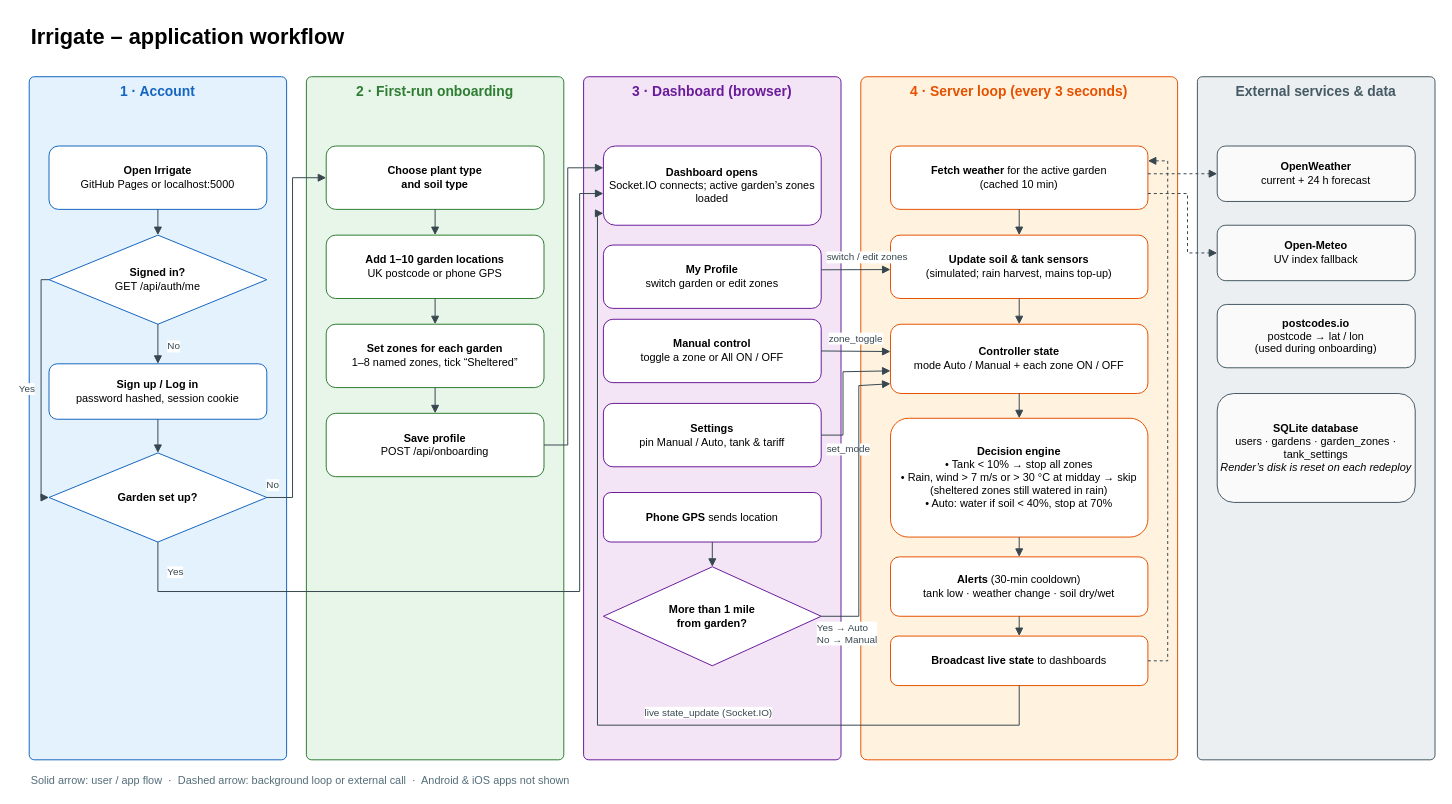
Earlier version of the draw.io diagram workflow.drawio (adarshmalayath/irrigate). Source tidied: cells renumbered, new cells numbered last; positions are measured from the earlier drawing's top-left corner, leaving out a move shared by most shapes. Both pictures are drawn from the tidied source at 99%, with x=0, y=0 at pixel (17, 17).
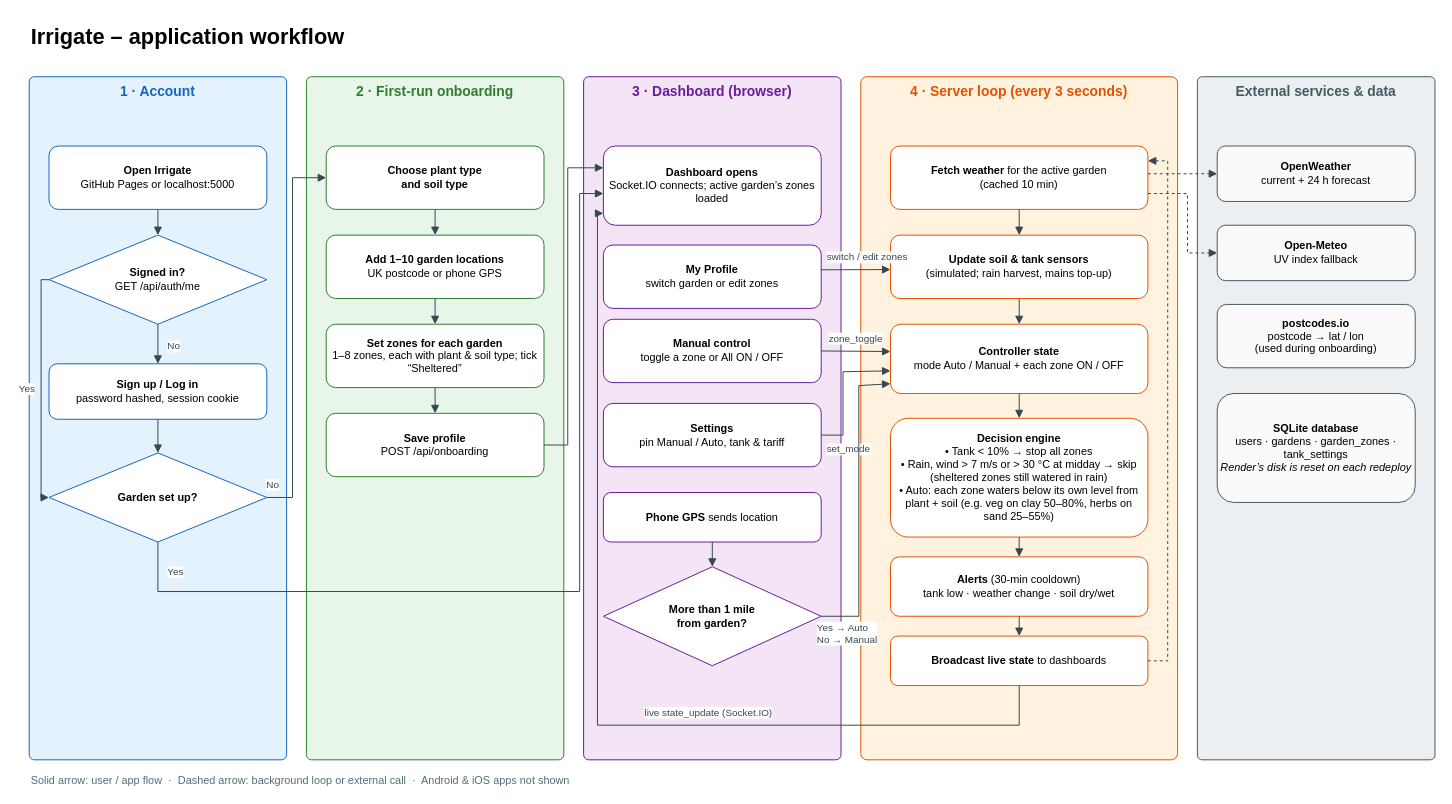
The same page after the edit.

Commit message (it also covers changes not shown here):
Add plant and soil type per zone and a futuristic watering panel

The edit, as a diff of the source:
```diff
@@
-    <mxCell id="14" value="&lt;b&gt;Set zones for each garden&lt;/b&gt;&lt;br&gt;1–8 named zones, tick “Sheltered”" style="rounded=1;whiteSpace=wrap;html=1;fillColor=#ffffff;strokeColor=#2e7d32;fontSize=11;spacing=4;" parent="1" vertex="1">
+    <mxCell id="14" value="&lt;b&gt;Set zones for each garden&lt;/b&gt;&lt;br&gt;1–8 zones, each with plant &amp;amp; soil type; tick “Sheltered”" style="rounded=1;whiteSpace=wrap;html=1;fillColor=#ffffff;strokeColor=#2e7d32;fontSize=11;spacing=4;" parent="1" vertex="1">
       <mxGeometry x="312" y="310" width="220" height="64" as="geometry" />
     </mxCell>
@@
-    <mxCell id="25" value="&lt;b&gt;Decision engine&lt;/b&gt;&lt;br&gt;• Tank &amp;lt; 10% → stop all zones&lt;br&gt;• Rain, wind &amp;gt; 7 m/s or &amp;gt; 30 °C at midday → skip (sheltered zones still watered in rain)&lt;br&gt;• Auto: water if soil &amp;lt; 40%, stop at 70%" style="rounded=1;whiteSpace=wrap;html=1;fillColor=#ffffff;strokeColor=#e65100;fontSize=11;spacing=4;" parent="1" vertex="1">
+    <mxCell id="25" value="&lt;b&gt;Decision engine&lt;/b&gt;&lt;br&gt;• Tank &amp;lt; 10% → stop all zones&lt;br&gt;• Rain, wind &amp;gt; 7 m/s or &amp;gt; 30 °C at midday → skip (sheltered zones still watered in rain)&lt;br&gt;• Auto: each zone waters below its own level from plant + soil (e.g. veg on clay 50–80%, herbs on sand 25–55%)" style="rounded=1;whiteSpace=wrap;html=1;fillColor=#ffffff;strokeColor=#e65100;fontSize=11;spacing=4;" parent="1" vertex="1">
       <mxGeometry x="882" y="405" width="260" height="120" as="geometry" />
     </mxCell>
```
